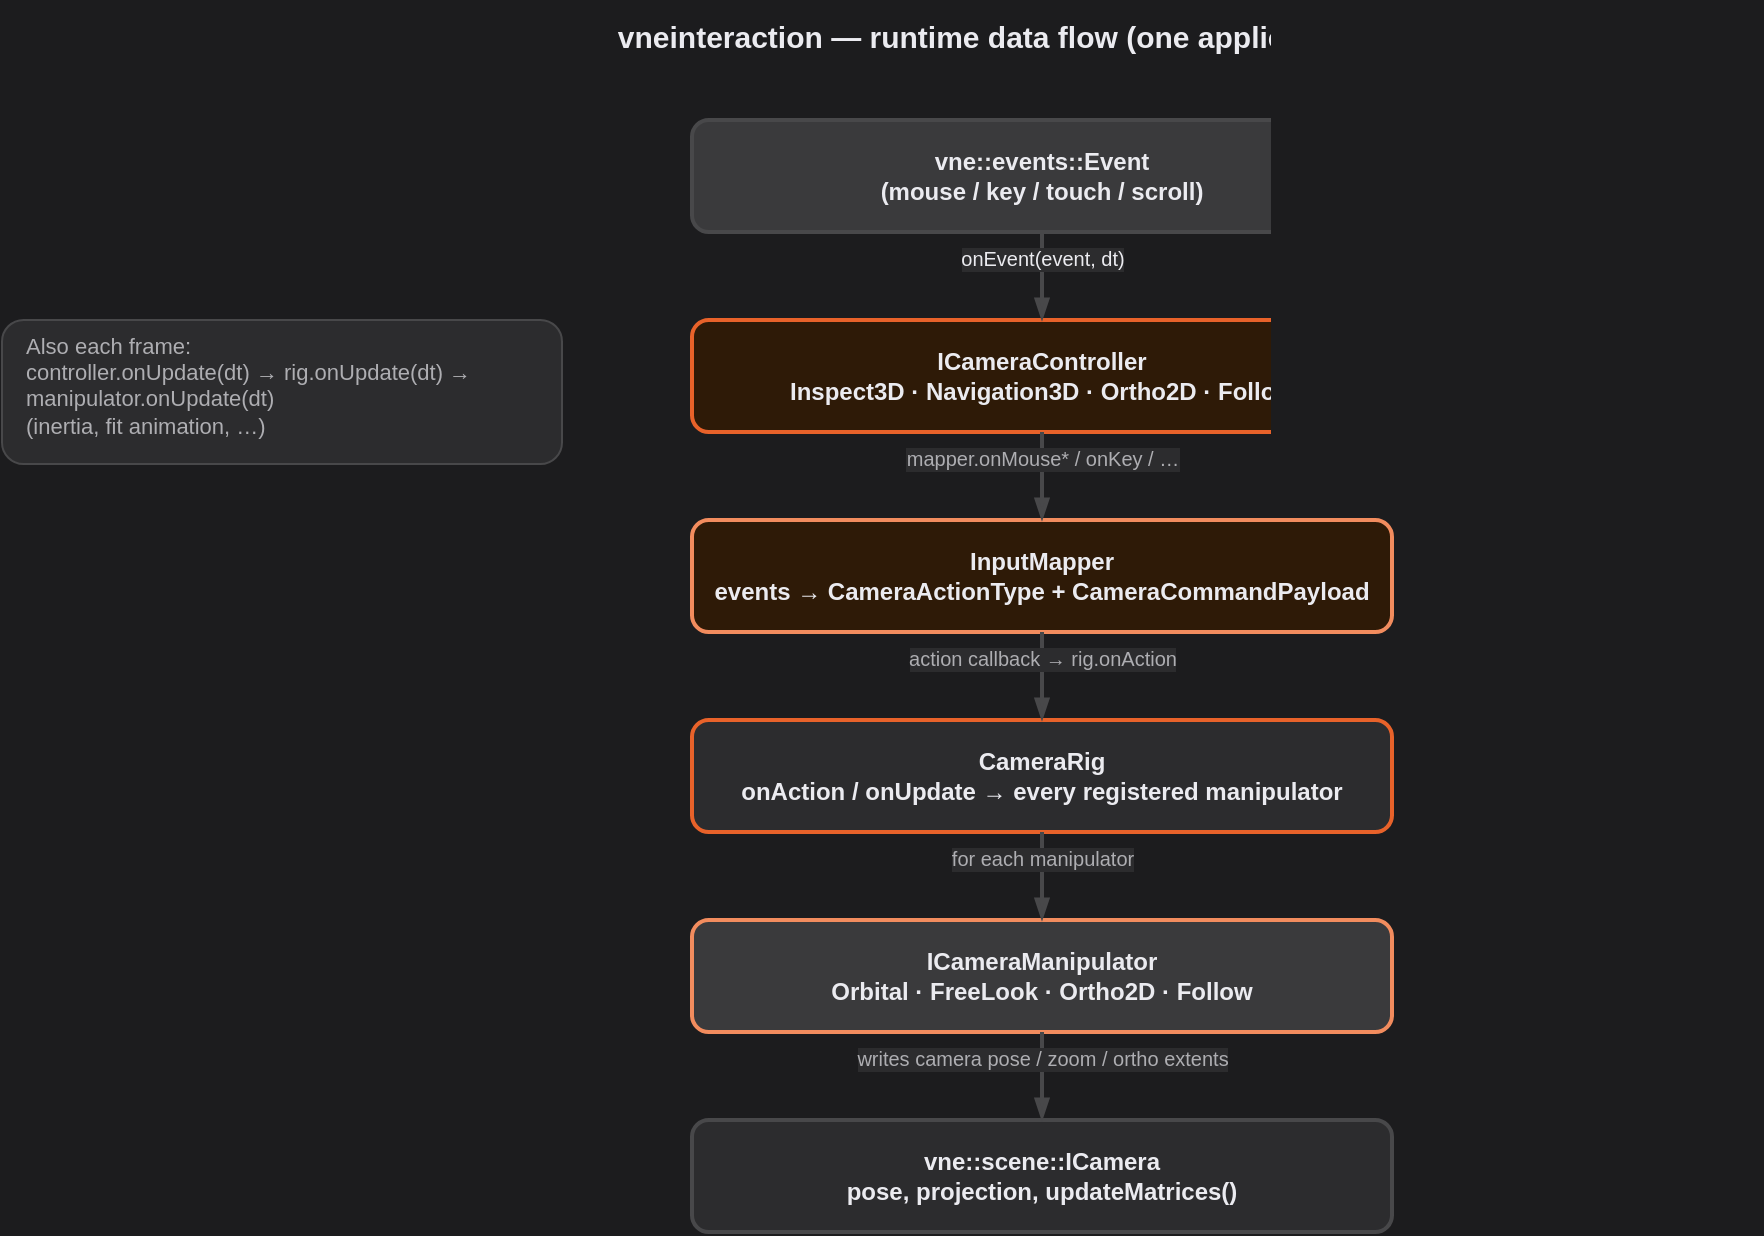
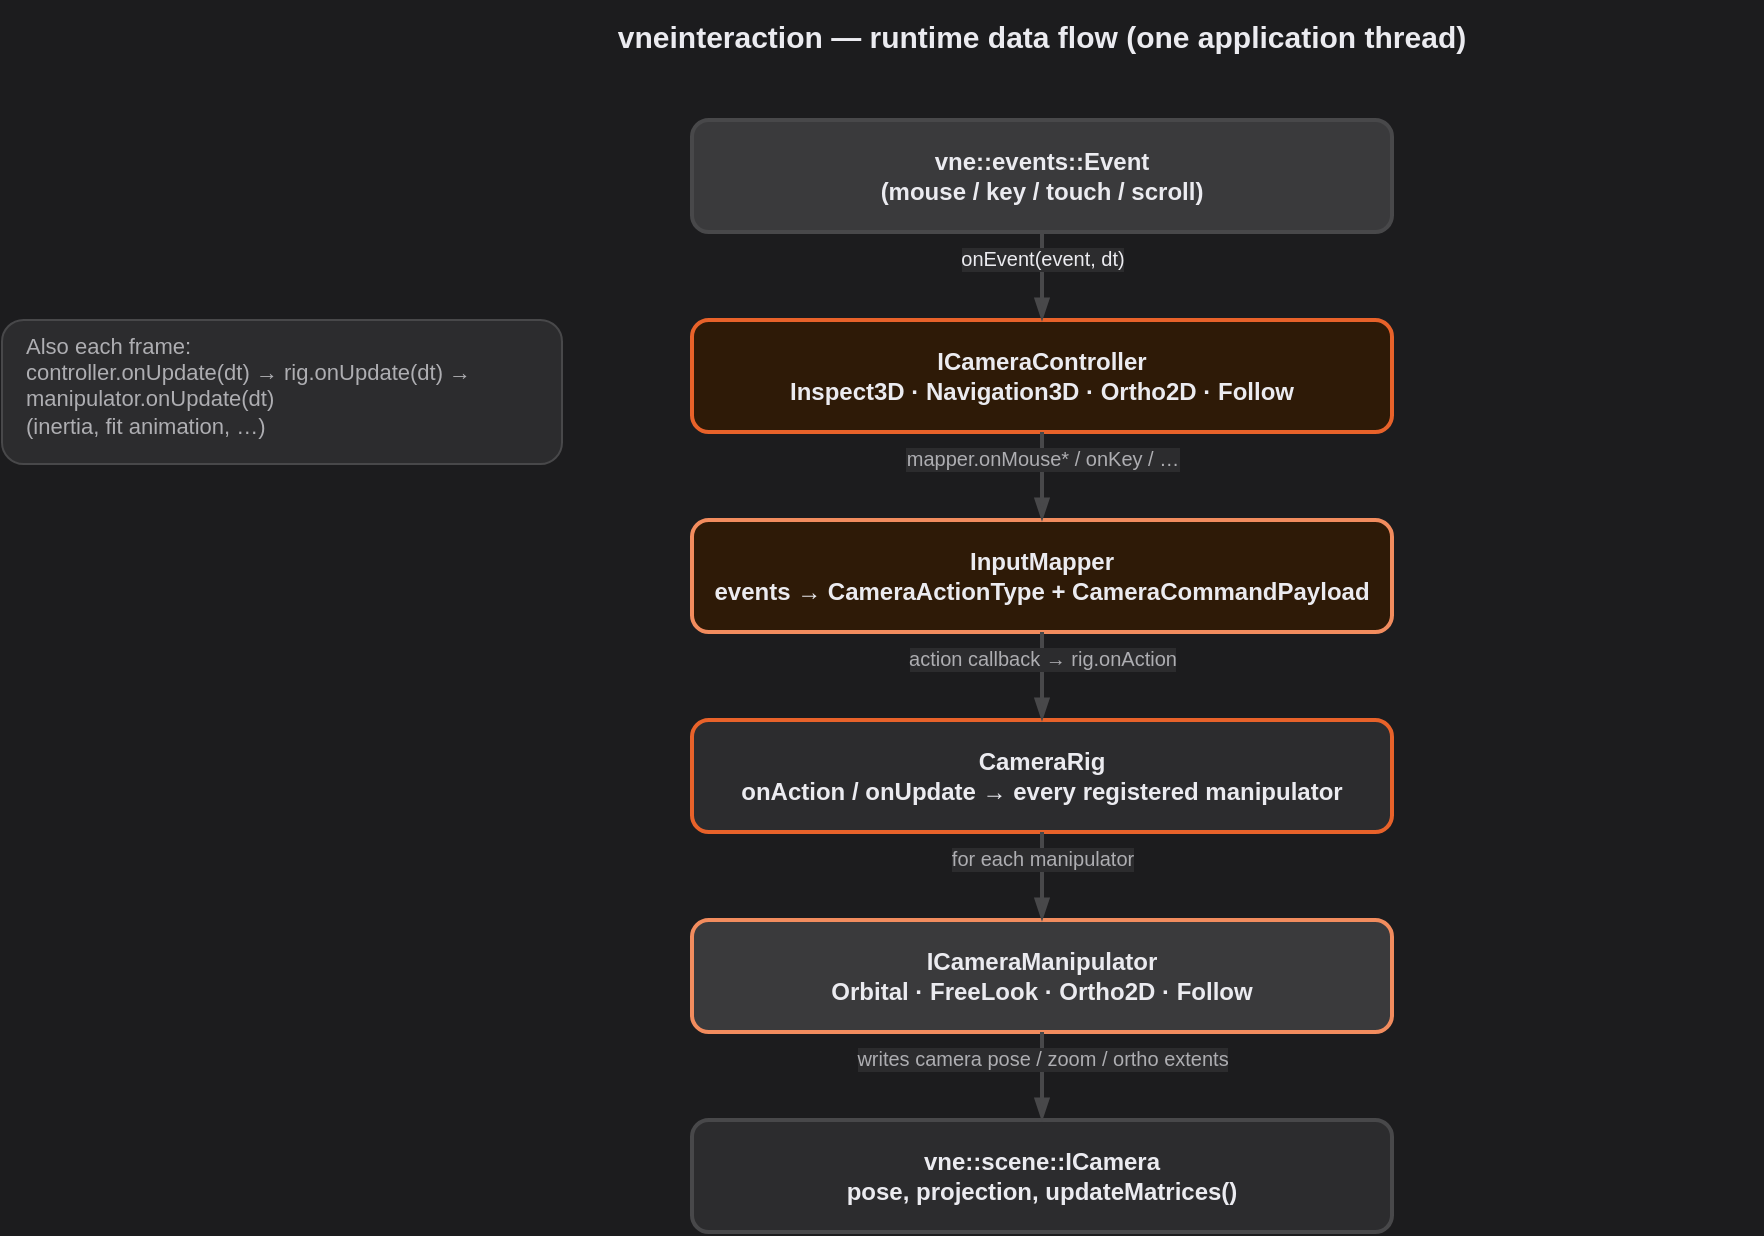
<mxfile host="app.diagrams.net" modified="2026-04-02T00:00:00.000Z" agent="vneinteraction-docs" version="22.0.0" type="device">
  <diagram id="runtime_pipeline" name="1. Runtime pipeline">
    <mxGraphModel dx="1100" dy="800" grid="1" gridSize="10" guides="1" tooltips="1" connect="1" arrows="1" fold="1" page="1" pageScale="1" pageWidth="1169" pageHeight="827" math="0" shadow="0" background="#1C1C1E">
      <root>
        <mxCell id="0"/>
        <mxCell id="1" parent="0"/>

        <!-- VertexNova visual style — learnvertexnova.com/docs/docs/misc/visual-style/ -->

        <mxCell id="rp_title" value="vneinteraction — runtime data flow (one application thread)" style="text;html=1;strokeColor=none;fillColor=none;align=center;verticalAlign=middle;whiteSpace=wrap;fontStyle=1;fontSize=15;fontColor=#EBEBF0;" parent="1" vertex="1">
          <mxGeometry x="200" y="20" width="720" height="36" as="geometry"/>
        </mxCell>

        <mxCell id="rp_ev" value="vne::events::Event&#10;(mouse / key / touch / scroll)" style="rounded=1;whiteSpace=wrap;html=1;fillColor=#3A3A3C;strokeColor=#48484A;strokeWidth=2;fontStyle=1;fontSize=12;fontColor=#EBEBF0;" parent="1" vertex="1">
          <mxGeometry x="385" y="80" width="350" height="56" as="geometry"/>
        </mxCell>

        <mxCell id="rp_ctrl" value="ICameraController&#10;Inspect3D · Navigation3D · Ortho2D · Follow" style="rounded=1;whiteSpace=wrap;html=1;fillColor=#2E1A07;strokeColor=#E8622A;strokeWidth=2;fontStyle=1;fontSize=12;fontColor=#EBEBF0;" parent="1" vertex="1">
          <mxGeometry x="385" y="180" width="350" height="56" as="geometry"/>
        </mxCell>

        <mxCell id="rp_map" value="InputMapper&#10;events → CameraActionType + CameraCommandPayload" style="rounded=1;whiteSpace=wrap;html=1;fillColor=#2E1A07;strokeColor=#F28C5E;strokeWidth=2;fontStyle=1;fontSize=12;fontColor=#EBEBF0;" parent="1" vertex="1">
          <mxGeometry x="385" y="280" width="350" height="56" as="geometry"/>
        </mxCell>

        <mxCell id="rp_rig" value="CameraRig&#10;onAction / onUpdate → every registered manipulator" style="rounded=1;whiteSpace=wrap;html=1;fillColor=#2C2C2E;strokeColor=#E8622A;strokeWidth=2;fontStyle=1;fontSize=12;fontColor=#EBEBF0;" parent="1" vertex="1">
          <mxGeometry x="385" y="380" width="350" height="56" as="geometry"/>
        </mxCell>

        <mxCell id="rp_man" value="ICameraManipulator&#10;Orbital · FreeLook · Ortho2D · Follow" style="rounded=1;whiteSpace=wrap;html=1;fillColor=#3A3A3C;strokeColor=#F28C5E;strokeWidth=2;fontStyle=1;fontSize=12;fontColor=#EBEBF0;" parent="1" vertex="1">
          <mxGeometry x="385" y="480" width="350" height="56" as="geometry"/>
        </mxCell>

        <mxCell id="rp_cam" value="vne::scene::ICamera&#10;pose, projection, updateMatrices()" style="rounded=1;whiteSpace=wrap;html=1;fillColor=#2C2C2E;strokeColor=#48484A;strokeWidth=2;fontStyle=1;fontSize=12;fontColor=#EBEBF0;" parent="1" vertex="1">
          <mxGeometry x="385" y="580" width="350" height="56" as="geometry"/>
        </mxCell>

        <mxCell id="rp_e1" style="endArrow=blockThin;endFill=1;html=1;strokeWidth=2;strokeColor=#48484A;" parent="1" source="rp_ev" target="rp_ctrl" edge="1">
          <mxGeometry relative="1" as="geometry"/>
        </mxCell>
        <mxCell id="rp_e1l" value="onEvent(event, dt)" style="edgeLabel;html=1;align=center;verticalAlign=middle;resizable=0;points=[];fontSize=10;fontColor=#EBEBF0;labelBackgroundColor=#2C2C2E;" parent="rp_e1" connectable="0" vertex="1">
          <mxGeometry x="-0.05" relative="1" as="geometry"><mxPoint y="-8" as="offset"/></mxGeometry>
        </mxCell>

        <mxCell id="rp_e2" style="endArrow=blockThin;endFill=1;html=1;strokeWidth=2;strokeColor=#48484A;" parent="1" source="rp_ctrl" target="rp_map" edge="1">
          <mxGeometry relative="1" as="geometry"/>
        </mxCell>
        <mxCell id="rp_e2l" value="mapper.onMouse* / onKey / …" style="edgeLabel;html=1;align=center;verticalAlign=middle;resizable=0;points=[];fontSize=10;fontColor=#AEAEB2;labelBackgroundColor=#2C2C2E;" parent="rp_e2" connectable="0" vertex="1">
          <mxGeometry x="-0.05" relative="1" as="geometry"><mxPoint y="-8" as="offset"/></mxGeometry>
        </mxCell>

        <mxCell id="rp_e3" style="endArrow=blockThin;endFill=1;html=1;strokeWidth=2;strokeColor=#48484A;" parent="1" source="rp_map" target="rp_rig" edge="1">
          <mxGeometry relative="1" as="geometry"/>
        </mxCell>
        <mxCell id="rp_e3l" value="action callback → rig.onAction" style="edgeLabel;html=1;align=center;verticalAlign=middle;resizable=0;points=[];fontSize=10;fontColor=#AEAEB2;labelBackgroundColor=#2C2C2E;" parent="rp_e3" connectable="0" vertex="1">
          <mxGeometry x="-0.05" relative="1" as="geometry"><mxPoint y="-8" as="offset"/></mxGeometry>
        </mxCell>

        <mxCell id="rp_e4" style="endArrow=blockThin;endFill=1;html=1;strokeWidth=2;strokeColor=#48484A;" parent="1" source="rp_rig" target="rp_man" edge="1">
          <mxGeometry relative="1" as="geometry"/>
        </mxCell>
        <mxCell id="rp_e4l" value="for each manipulator" style="edgeLabel;html=1;align=center;verticalAlign=middle;resizable=0;points=[];fontSize=10;fontColor=#AEAEB2;labelBackgroundColor=#2C2C2E;" parent="rp_e4" connectable="0" vertex="1">
          <mxGeometry x="-0.05" relative="1" as="geometry"><mxPoint y="-8" as="offset"/></mxGeometry>
        </mxCell>

        <mxCell id="rp_e5" style="endArrow=blockThin;endFill=1;html=1;strokeWidth=2;strokeColor=#48484A;" parent="1" source="rp_man" target="rp_cam" edge="1">
          <mxGeometry relative="1" as="geometry"/>
        </mxCell>
        <mxCell id="rp_e5l" value="writes camera pose / zoom / ortho extents" style="edgeLabel;html=1;align=center;verticalAlign=middle;resizable=0;points=[];fontSize=10;fontColor=#AEAEB2;labelBackgroundColor=#2C2C2E;" parent="rp_e5" connectable="0" vertex="1">
          <mxGeometry x="-0.05" relative="1" as="geometry"><mxPoint y="-8" as="offset"/></mxGeometry>
        </mxCell>

        <mxCell id="rp_side" value="Also each frame:&#10;controller.onUpdate(dt) → rig.onUpdate(dt) → manipulator.onUpdate(dt)&#10;(inertia, fit animation, …)" style="rounded=1;whiteSpace=wrap;html=1;fillColor=#2C2C2E;strokeColor=#48484A;strokeWidth=1;fontSize=11;fontColor=#AEAEB2;align=left;spacingLeft=10;verticalAlign=top;" parent="1" vertex="1">
          <mxGeometry x="40" y="180" width="280" height="72" as="geometry"/>
        </mxCell>
      </root>
    </mxGraphModel>
  </diagram>

  <diagram id="orbit_flow" name="2. Orbit rotate (Inspect3D)">
    <mxGraphModel dx="1100" dy="800" grid="1" gridSize="10" guides="1" tooltips="1" connect="1" arrows="1" fold="1" page="1" pageScale="1" pageWidth="1169" pageHeight="827" math="0" shadow="0" background="#1C1C1E">
      <root>
        <mxCell id="0"/>
        <mxCell id="1" parent="0"/>

        <mxCell id="o_title" value="Typical orbit rotation drag (Euler path)" style="text;html=1;strokeColor=none;fillColor=none;align=center;verticalAlign=middle;whiteSpace=wrap;fontStyle=1;fontSize=15;fontColor=#EBEBF0;" parent="1" vertex="1">
          <mxGeometry x="200" y="20" width="720" height="36" as="geometry"/>
        </mxCell>

        <mxCell id="o1" value="1 · App&#10;MouseButtonPressed / MouseMoved / Released" style="rounded=1;whiteSpace=wrap;html=1;fillColor=#3A3A3C;strokeColor=#48484A;strokeWidth=2;fontSize=11;fontColor=#EBEBF0;" parent="1" vertex="1">
          <mxGeometry x="385" y="80" width="350" height="52" as="geometry"/>
        </mxCell>
        <mxCell id="o2" value="2 · Inspect3DController&#10;onEvent(…)" style="rounded=1;whiteSpace=wrap;html=1;fillColor=#2E1A07;strokeColor=#E8622A;strokeWidth=2;fontSize=11;fontColor=#EBEBF0;" parent="1" vertex="1">
          <mxGeometry x="385" y="160" width="350" height="52" as="geometry"/>
        </mxCell>
        <mxCell id="o3" value="3 · InputMapper&#10;eBeginRotate → eRotateDelta* → eEndRotate" style="rounded=1;whiteSpace=wrap;html=1;fillColor=#2E1A07;strokeColor=#F28C5E;strokeWidth=2;fontSize=11;fontColor=#EBEBF0;" parent="1" vertex="1">
          <mxGeometry x="385" y="240" width="350" height="52" as="geometry"/>
        </mxCell>
-         <mxCell id="o4" value="4 · OrbitalCameraManipulator&#10;onAction → beginRotate / dragRotate / endRotate" style="rounded=1;whiteSpace=wrap;html=1;fillColor=#3A3A3C;strokeColor=#F28C5E;strokeWidth=2;fontSize=11;fontColor=#EBEBF0;" parent="1" vertex="1">
+         <mxCell id="o4" value="4 · TrackballManipulator&#10;onAction → beginRotate / dragRotate / endRotate" style="rounded=1;whiteSpace=wrap;html=1;fillColor=#3A3A3C;strokeColor=#F28C5E;strokeWidth=2;fontSize=11;fontColor=#EBEBF0;" parent="1" vertex="1">
          <mxGeometry x="385" y="320" width="350" height="52" as="geometry"/>
        </mxCell>
        <mxCell id="o5" value="5 · IRotationStrategy (e.g. EulerOrbitStrategy)&#10;OrbitBehavior::applyDrag · inertia stepInertia" style="rounded=1;whiteSpace=wrap;html=1;fillColor=#2C2C2E;strokeColor=#48484A;strokeWidth=2;fontSize=11;fontColor=#EBEBF0;" parent="1" vertex="1">
          <mxGeometry x="385" y="400" width="350" height="52" as="geometry"/>
        </mxCell>
        <mxCell id="o6" value="6 · applyToCamera() → ICamera&#10;lookAt / updateMatrices" style="rounded=1;whiteSpace=wrap;html=1;fillColor=#2C2C2E;strokeColor=#E8622A;strokeWidth=2;fontSize=11;fontColor=#EBEBF0;" parent="1" vertex="1">
          <mxGeometry x="385" y="480" width="350" height="52" as="geometry"/>
        </mxCell>

        <mxCell id="oa1" style="endArrow=blockThin;endFill=1;html=1;strokeWidth=2;strokeColor=#48484A;" parent="1" source="o1" target="o2" edge="1">
          <mxGeometry relative="1" as="geometry"/>
        </mxCell>
        <mxCell id="oa2" style="endArrow=blockThin;endFill=1;html=1;strokeWidth=2;strokeColor=#48484A;" parent="1" source="o2" target="o3" edge="1">
          <mxGeometry relative="1" as="geometry"/>
        </mxCell>
        <mxCell id="oa3" style="endArrow=blockThin;endFill=1;html=1;strokeWidth=2;strokeColor=#48484A;" parent="1" source="o3" target="o4" edge="1">
          <mxGeometry relative="1" as="geometry"/>
        </mxCell>
        <mxCell id="oa4" style="endArrow=blockThin;endFill=1;html=1;strokeWidth=2;strokeColor=#48484A;" parent="1" source="o4" target="o5" edge="1">
          <mxGeometry relative="1" as="geometry"/>
        </mxCell>
        <mxCell id="oa5" style="endArrow=blockThin;endFill=1;html=1;strokeWidth=2;strokeColor=#E8622A;" parent="1" source="o5" target="o6" edge="1">
          <mxGeometry relative="1" as="geometry"/>
        </mxCell>
      </root>
    </mxGraphModel>
  </diagram>

  <diagram id="fps_flow" name="3. FPS move + look (Navigation3D)">
    <mxGraphModel dx="1100" dy="800" grid="1" gridSize="10" guides="1" tooltips="1" connect="1" arrows="1" fold="1" page="1" pageScale="1" pageWidth="1169" pageHeight="827" math="0" shadow="0" background="#1C1C1E">
      <root>
        <mxCell id="0"/>
        <mxCell id="1" parent="0"/>

        <mxCell id="f_title" value="Typical FPS traversal + mouse look" style="text;html=1;strokeColor=none;fillColor=none;align=center;verticalAlign=middle;whiteSpace=wrap;fontStyle=1;fontSize=15;fontColor=#EBEBF0;" parent="1" vertex="1">
          <mxGeometry x="200" y="20" width="720" height="36" as="geometry"/>
        </mxCell>

        <mxCell id="f1" value="1 · App&#10;KeyPressed(W) / MouseMoved (look button held)" style="rounded=1;whiteSpace=wrap;html=1;fillColor=#3A3A3C;strokeColor=#48484A;strokeWidth=2;fontSize=11;fontColor=#EBEBF0;" parent="1" vertex="1">
          <mxGeometry x="385" y="80" width="350" height="52" as="geometry"/>
        </mxCell>
        <mxCell id="f2" value="2 · Navigation3DController&#10;onEvent → InputMapper" style="rounded=1;whiteSpace=wrap;html=1;fillColor=#2E1A07;strokeColor=#E8622A;strokeWidth=2;fontSize=11;fontColor=#EBEBF0;" parent="1" vertex="1">
          <mxGeometry x="385" y="160" width="350" height="52" as="geometry"/>
        </mxCell>
        <mxCell id="f3" value="3 · InputMapper&#10;eMove* / eLookDelta / modifiers" style="rounded=1;whiteSpace=wrap;html=1;fillColor=#2E1A07;strokeColor=#F28C5E;strokeWidth=2;fontSize=11;fontColor=#EBEBF0;" parent="1" vertex="1">
          <mxGeometry x="385" y="240" width="350" height="52" as="geometry"/>
        </mxCell>
        <mxCell id="f4" value="4 · CameraRig&#10;onAction / onUpdate" style="rounded=1;whiteSpace=wrap;html=1;fillColor=#2C2C2E;strokeColor=#E8622A;strokeWidth=2;fontSize=11;fontColor=#EBEBF0;" parent="1" vertex="1">
          <mxGeometry x="385" y="320" width="350" height="52" as="geometry"/>
        </mxCell>
        <mxCell id="f5" value="5 · FreeLookManipulator&#10;held keys + look deltas → eye / yaw / pitch" style="rounded=1;whiteSpace=wrap;html=1;fillColor=#3A3A3C;strokeColor=#F28C5E;strokeWidth=2;fontSize=11;fontColor=#EBEBF0;" parent="1" vertex="1">
          <mxGeometry x="385" y="400" width="350" height="52" as="geometry"/>
        </mxCell>
        <mxCell id="f6" value="6 · ICamera&#10;setPosition / lookAt / updateMatrices" style="rounded=1;whiteSpace=wrap;html=1;fillColor=#2C2C2E;strokeColor=#48484A;strokeWidth=2;fontSize=11;fontColor=#EBEBF0;" parent="1" vertex="1">
          <mxGeometry x="385" y="480" width="350" height="52" as="geometry"/>
        </mxCell>

        <mxCell id="fa1" style="endArrow=blockThin;endFill=1;html=1;strokeWidth=2;strokeColor=#48484A;" parent="1" source="f1" target="f2" edge="1">
          <mxGeometry relative="1" as="geometry"/>
        </mxCell>
        <mxCell id="fa2" style="endArrow=blockThin;endFill=1;html=1;strokeWidth=2;strokeColor=#48484A;" parent="1" source="f2" target="f3" edge="1">
          <mxGeometry relative="1" as="geometry"/>
        </mxCell>
        <mxCell id="fa3" style="endArrow=blockThin;endFill=1;html=1;strokeWidth=2;strokeColor=#48484A;" parent="1" source="f3" target="f4" edge="1">
          <mxGeometry relative="1" as="geometry"/>
        </mxCell>
        <mxCell id="fa4" style="endArrow=blockThin;endFill=1;html=1;strokeWidth=2;strokeColor=#48484A;" parent="1" source="f4" target="f5" edge="1">
          <mxGeometry relative="1" as="geometry"/>
        </mxCell>
        <mxCell id="fa5" style="endArrow=blockThin;endFill=1;html=1;strokeWidth=2;strokeColor=#48484A;" parent="1" source="f5" target="f6" edge="1">
          <mxGeometry relative="1" as="geometry"/>
        </mxCell>

        <mxCell id="f_note" value="Continuous motion: while move keys held, onUpdate(dt) advances position without new key events." style="rounded=1;whiteSpace=wrap;html=1;fillColor=#2C2C2E;strokeColor=#48484A;strokeWidth=1;fontSize=11;fontColor=#AEAEB2;align=left;spacingLeft=10;verticalAlign=middle;" parent="1" vertex="1">
          <mxGeometry x="40" y="320" width="280" height="56" as="geometry"/>
        </mxCell>
      </root>
    </mxGraphModel>
  </diagram>
</mxfile>
